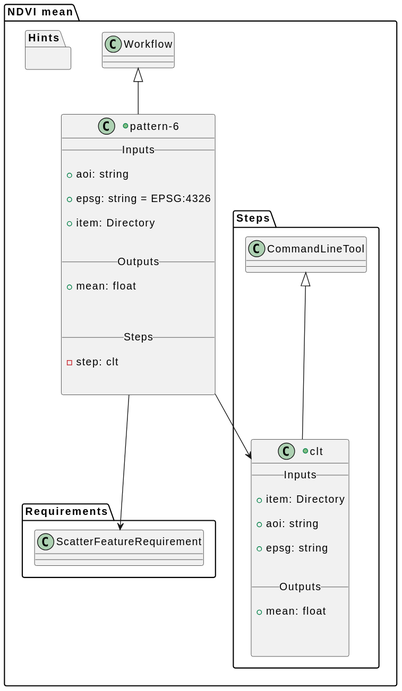
The PlantUML diagram docs/pattern-6/class.svg in eoap/application-package-patterns, before a commit. Source of this version:
```plantuml
@startuml


















    package "NDVI mean" {



    +class "pattern-6" as Workflow_pattern_6 extends Workflow {
        __ Inputs __

        + aoi: string

        + epsg: string = EPSG:4326

        + item: Directory


        __ Outputs __

        + mean: float



        __ Steps __

        - step: clt


    }












    package "Steps" {







    +class "clt" as CommandLineTool_clt extends CommandLineTool {
        __ Inputs __

        + item: Directory

        + aoi: string

        + epsg: string


        __ Outputs __

        + mean: float



    }











Workflow_pattern_6 --> CommandLineTool_clt


    }



    package "Requirements" {


        class ScatterFeatureRequirement
        Workflow_pattern_6 --> ScatterFeatureRequirement


    }



    package "Hints" {



    }

}
@enduml
```
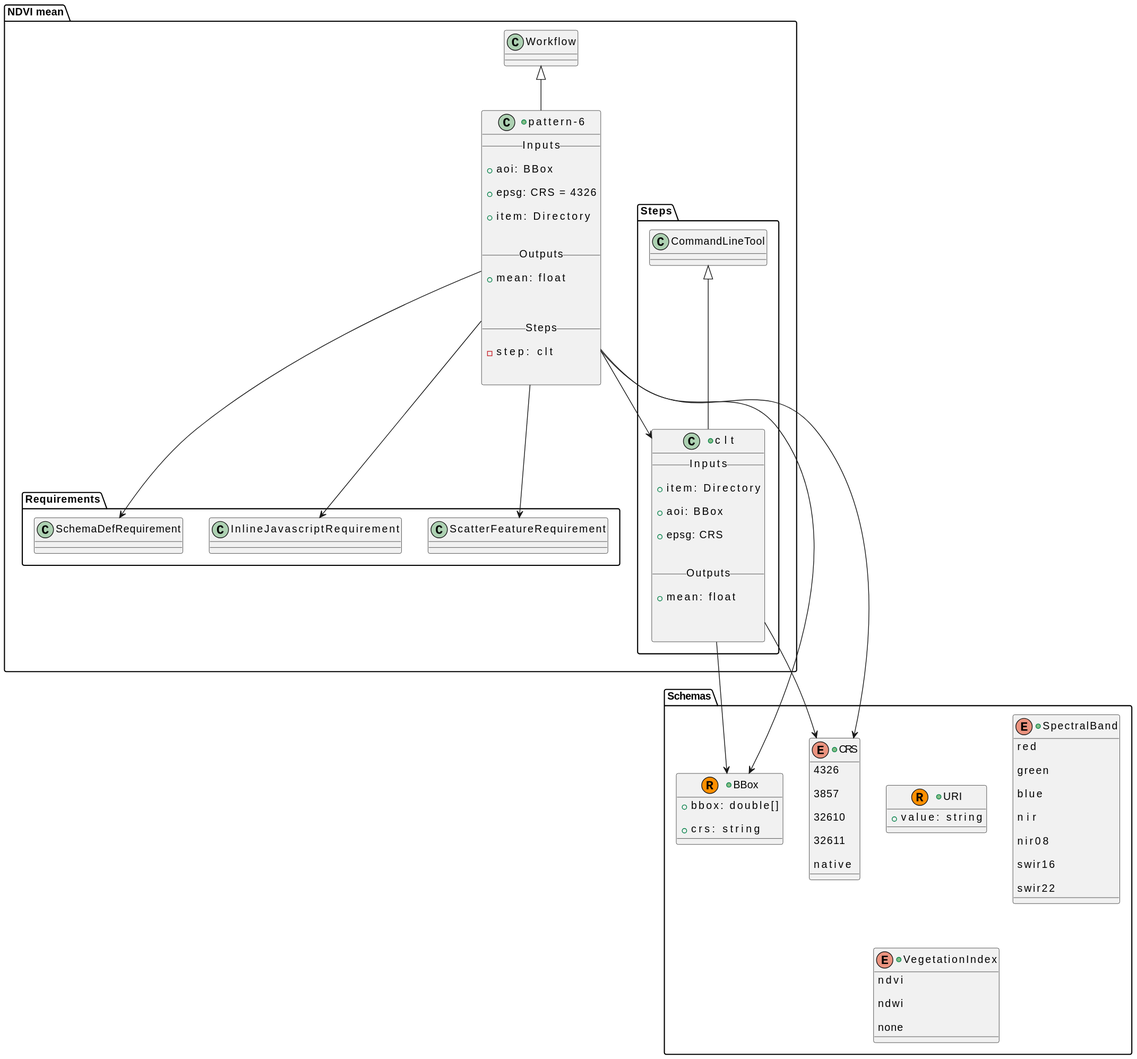
The same file after the commit.

The edit, as a diff of the source:
```diff
@@ -1,4 +1,28 @@
 @startuml
+            package "Schemas" {
+
+
+
+
+                        +record URI {
+
+        +value: string
+
+    }
+
+
+
+
+
+
+
+                        +record BBox {
+
+        +bbox: double[]
+
+        +crs: string
+
+    }
 
 
 
@@ -7,12 +31,58 @@
 
 
 
+                        +enum SpectralBand {
+
+        red
+
+        green
+
+        blue
+
+        nir
+
+        nir08
+
+        swir16
+
+        swir22
+
+    }
 
 
 
 
 
+                        +enum CRS {
 
+        4326
+
+        3857
+
+        32610
+
+        32611
+
+        native
+
+    }
+
+
+
+
+
+                        +enum VegetationIndex {
+
+        ndvi
+
+        ndwi
+
+        none
+
+    }
+
+
+            }
 
 
 
@@ -24,9 +94,9 @@
     +class "pattern-6" as Workflow_pattern_6 extends Workflow {
         __ Inputs __
 
-        + aoi: string
+        + aoi: BBox
 
-        + epsg: string = EPSG:4326
+        + epsg: CRS = 4326
 
         + item: Directory
 
@@ -46,9 +116,11 @@
 
 
 
+        Workflow_pattern_6 --> BBox
 
 
 
+        Workflow_pattern_6 --> CRS
 
 
 
@@ -68,9 +140,9 @@
 
         + item: Directory
 
-        + aoi: string
+        + aoi: BBox
 
-        + epsg: string
+        + epsg: CRS
 
 
         __ Outputs __
@@ -86,9 +158,11 @@
 
 
 
+        CommandLineTool_clt --> BBox
 
 
 
+        CommandLineTool_clt --> CRS
 
 
 Workflow_pattern_6 --> CommandLineTool_clt
@@ -105,15 +179,19 @@
         Workflow_pattern_6 --> ScatterFeatureRequirement
 
 
+
+        class InlineJavascriptRequirement
+        Workflow_pattern_6 --> InlineJavascriptRequirement
+
+
+
+        class SchemaDefRequirement
+        Workflow_pattern_6 --> SchemaDefRequirement
+
+
     }
 
 
 
-    package "Hints" {
-
-
-
-    }
-
 }
 @enduml
```
